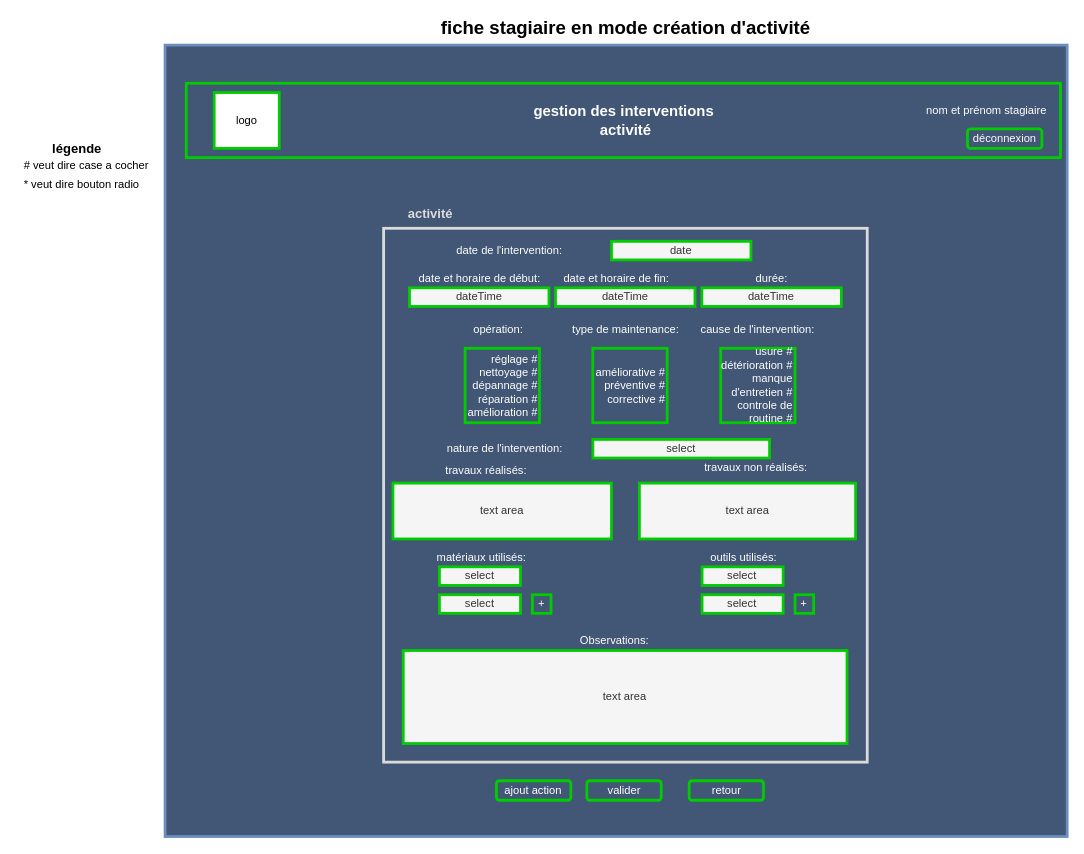
The draw.io diagram DOCS/maquettes/maquetteFicheActivité.drawio in tancraft/Stage, before the edit. Source tidied: cells renumbered, new cells numbered last; positions are measured from the earlier drawing's top-left corner, leaving out a move shared by most shapes. Both pictures are drawn from the tidied source at 93%, with x=0, y=0 at pixel (16, 18).
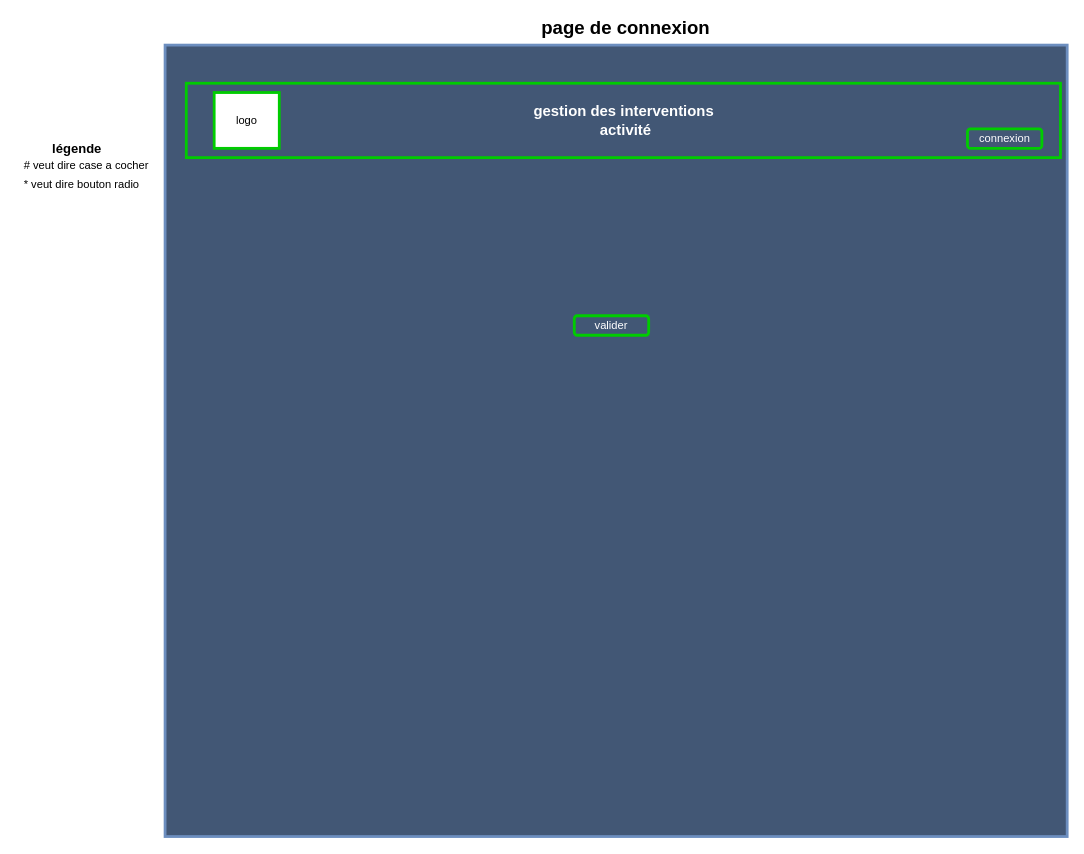
Above is the later version.

Diff of the diagram source:
```diff
@@
     <mxCell id="3" value="valider" style="rounded=1;whiteSpace=wrap;html=1;strokeWidth=3;fillColor=#425775;strokeColor=#00CC00;fontColor=#FFFFFF;" parent="1" vertex="1">
-      <mxGeometry x="613.5" y="820" width="80" height="21" as="geometry" />
+      <mxGeometry x="600" y="320" width="80" height="21" as="geometry" />
     </mxCell>
-    <mxCell id="4" style="rounded=0;whiteSpace=wrap;html=1;strokeWidth=3;fillColor=#425775;strokeColor=#DBDBDB;" parent="1" vertex="1">
-      <mxGeometry x="395" y="226" width="520" height="574" as="geometry" />
-    </mxCell>
-    <mxCell id="5" value="&lt;font color=&quot;#ffffff&quot;&gt;date de l'intervention:&lt;/font&gt;" style="text;html=1;align=center;verticalAlign=middle;" parent="1" vertex="1">
-      <mxGeometry x="465" y="240" width="130" height="20" as="geometry" />
-    </mxCell>
-    <mxCell id="6" value="&lt;font color=&quot;#ffffff&quot;&gt;travaux réalisés:&lt;/font&gt;" style="text;html=1;align=center;verticalAlign=middle;" parent="1" vertex="1">
-      <mxGeometry x="455" y="477" width="100" height="20" as="geometry" />
-    </mxCell>
-    <mxCell id="7" value="date" style="rounded=0;whiteSpace=wrap;html=1;strokeWidth=3;fillColor=#f5f5f5;fontColor=#333333;strokeColor=#00CC00;" parent="1" vertex="1">
-      <mxGeometry x="640" y="240" width="150" height="20" as="geometry" />
-    </mxCell>
-    <mxCell id="8" value="&lt;font color=&quot;#dbdbdb&quot;&gt;&lt;span style=&quot;font-size: 14px&quot;&gt;&lt;b&gt;activité&lt;/b&gt;&lt;/span&gt;&lt;/font&gt;" style="text;html=1;align=center;verticalAlign=middle;" parent="1" vertex="1">
-      <mxGeometry x="415" y="200" width="60" height="20" as="geometry" />
-    </mxCell>
-    <mxCell id="9" value="select" style="rounded=0;whiteSpace=wrap;html=1;strokeWidth=3;fillColor=#f5f5f5;fontColor=#333333;strokeColor=#00CC00;" parent="1" vertex="1">
-      <mxGeometry x="620" y="453" width="190" height="20" as="geometry" />
-    </mxCell>
-    <mxCell id="10" value="&lt;font color=&quot;#ffffff&quot;&gt;travaux non réalisés:&lt;/font&gt;" style="text;html=1;align=center;verticalAlign=middle;" parent="1" vertex="1">
-      <mxGeometry x="730" y="473" width="130" height="20" as="geometry" />
-    </mxCell>
-    <mxCell id="11" value="text area" style="rounded=0;whiteSpace=wrap;html=1;strokeWidth=3;fillColor=#f5f5f5;fontColor=#333333;strokeColor=#00CC00;" parent="1" vertex="1">
-      <mxGeometry x="405" y="500" width="235" height="60" as="geometry" />
-    </mxCell>
-    <mxCell id="12" value="text area" style="rounded=0;whiteSpace=wrap;html=1;strokeWidth=3;fillColor=#f5f5f5;fontColor=#333333;strokeColor=#00CC00;" parent="1" vertex="1">
-      <mxGeometry x="670" y="500" width="232.5" height="60" as="geometry" />
-    </mxCell>
-    <mxCell id="13" value="nature de l'intervention:" style="text;html=1;align=center;verticalAlign=middle;fontColor=#FFFFFF;" parent="1" vertex="1">
-      <mxGeometry x="455" y="453" width="140" height="20" as="geometry" />
-    </mxCell>
-    <mxCell id="14" value="&lt;font color=&quot;#ffffff&quot;&gt;date et horaire de début:&lt;/font&gt;" style="text;html=1;align=center;verticalAlign=middle;" parent="1" vertex="1">
-      <mxGeometry x="422.8" y="270" width="150" height="20" as="geometry" />
-    </mxCell>
-    <mxCell id="15" value="dateTime" style="rounded=0;whiteSpace=wrap;html=1;strokeWidth=3;fillColor=#f5f5f5;fontColor=#333333;strokeColor=#00CC00;" parent="1" vertex="1">
-      <mxGeometry x="422.8" y="290" width="150" height="20" as="geometry" />
-    </mxCell>
-    <mxCell id="16" value="&lt;font color=&quot;#ffffff&quot;&gt;date et horaire de fin:&lt;/font&gt;" style="text;html=1;align=center;verticalAlign=middle;" parent="1" vertex="1">
-      <mxGeometry x="579.8" y="270" width="130" height="20" as="geometry" />
-    </mxCell>
-    <mxCell id="17" value="dateTime" style="rounded=0;whiteSpace=wrap;html=1;strokeWidth=3;fillColor=#f5f5f5;fontColor=#333333;strokeColor=#00CC00;" parent="1" vertex="1">
-      <mxGeometry x="579.8" y="290" width="150" height="20" as="geometry" />
-    </mxCell>
-    <mxCell id="18" value="&lt;font color=&quot;#ffffff&quot;&gt;durée:&lt;/font&gt;" style="text;html=1;align=center;verticalAlign=middle;" parent="1" vertex="1">
-      <mxGeometry x="787.2" y="270" width="50" height="20" as="geometry" />
-    </mxCell>
-    <mxCell id="19" value="dateTime" style="rounded=0;whiteSpace=wrap;html=1;strokeWidth=3;fillColor=#f5f5f5;fontColor=#333333;strokeColor=#00CC00;" parent="1" vertex="1">
-      <mxGeometry x="737.2" y="290" width="150" height="20" as="geometry" />
-    </mxCell>
@@
-    <mxCell id="22" value="déconnexion" style="rounded=1;whiteSpace=wrap;html=1;strokeWidth=3;fillColor=#425775;strokeColor=#00CC00;fontColor=#FFFFFF;" parent="1" vertex="1">
+    <mxCell id="22" value="connexion" style="rounded=1;whiteSpace=wrap;html=1;strokeWidth=3;fillColor=#425775;strokeColor=#00CC00;fontColor=#FFFFFF;" parent="1" vertex="1">
       <mxGeometry x="1022.8" y="119" width="80" height="21" as="geometry" />
     </mxCell>
-    <mxCell id="23" value="nom et prénom stagiaire" style="text;html=1;align=center;verticalAlign=middle;fontColor=#FFFFFF;" parent="1" vertex="1">
-      <mxGeometry x="972.8" y="90" width="140" height="20" as="geometry" />
-    </mxCell>
-    <mxCell id="24" value="retour" style="rounded=1;whiteSpace=wrap;html=1;strokeWidth=3;fillColor=#425775;strokeColor=#00CC00;fontColor=#FFFFFF;" parent="1" vertex="1">
-      <mxGeometry x="723.5" y="820" width="80" height="21" as="geometry" />
-    </mxCell>
@@
-    <mxCell id="27" value="&lt;font color=&quot;#000000&quot; size=&quot;1&quot;&gt;&lt;b style=&quot;font-size: 20px&quot;&gt;fiche stagiaire en mode création d'activité&lt;/b&gt;&lt;/font&gt;" style="text;html=1;align=center;verticalAlign=middle;fontColor=#FFFFFF;" parent="1" vertex="1">
-      <mxGeometry x="450" width="410" height="20" as="geometry" />
+    <mxCell id="27" value="&lt;font color=&quot;#000000&quot;&gt;&lt;span style=&quot;font-size: 20px&quot;&gt;&lt;b&gt;page de connexion&lt;/b&gt;&lt;/span&gt;&lt;/font&gt;" style="text;html=1;align=center;verticalAlign=middle;fontColor=#FFFFFF;" parent="1" vertex="1">
+      <mxGeometry x="555" width="200" height="20" as="geometry" />
     </mxCell>
-    <mxCell id="28" value="réglage #&lt;br&gt;nettoyage #&lt;br&gt;dépannage #&lt;br&gt;réparation #&lt;br&gt;amélioration #" style="whiteSpace=wrap;html=1;strokeColor=#00CC00;strokeWidth=3;fontColor=#FFFFFF;fillColor=#425775;align=right;" parent="1" vertex="1">
-      <mxGeometry x="482.6" y="355" width="80" height="80" as="geometry" />
-    </mxCell>
-    <mxCell id="29" value="améliorative #&lt;br&gt;préventive #&lt;br&gt;corrective #" style="whiteSpace=wrap;html=1;strokeColor=#00CC00;strokeWidth=3;fontColor=#FFFFFF;fillColor=#425775;align=right;" parent="1" vertex="1">
-      <mxGeometry x="619.9" y="355" width="80" height="80" as="geometry" />
-    </mxCell>
-    <mxCell id="30" value="usure #&lt;br&gt;détérioration #&lt;br&gt;manque d'entretien #&lt;br&gt;controle de routine #" style="whiteSpace=wrap;html=1;strokeColor=#00CC00;strokeWidth=3;fontColor=#FFFFFF;fillColor=#425775;align=right;" parent="1" vertex="1">
-      <mxGeometry x="757.4" y="355" width="80" height="80" as="geometry" />
-    </mxCell>
-    <mxCell id="31" value="opération:" style="text;html=1;align=center;verticalAlign=middle;fontColor=#FFFFFF;" parent="1" vertex="1">
-      <mxGeometry x="482.6" y="325" width="70" height="20" as="geometry" />
-    </mxCell>
-    <mxCell id="32" value="type de maintenance:" style="text;html=1;align=center;verticalAlign=middle;fontColor=#FFFFFF;" parent="1" vertex="1">
-      <mxGeometry x="590.4" y="325" width="130" height="20" as="geometry" />
-    </mxCell>
-    <mxCell id="33" value="cause de l'intervention:" style="text;html=1;align=center;verticalAlign=middle;fontColor=#FFFFFF;" parent="1" vertex="1">
-      <mxGeometry x="727.4" y="325" width="140" height="20" as="geometry" />
-    </mxCell>
-    <mxCell id="34" value="matériaux utilisés:" style="text;html=1;align=center;verticalAlign=middle;fontColor=#FFFFFF;" parent="1" vertex="1">
-      <mxGeometry x="445" y="570" width="110" height="20" as="geometry" />
-    </mxCell>
-    <mxCell id="35" value="select" style="rounded=0;whiteSpace=wrap;html=1;strokeWidth=3;fillColor=#f5f5f5;fontColor=#333333;strokeColor=#00CC00;" parent="1" vertex="1">
-      <mxGeometry x="455" y="590" width="87.2" height="20" as="geometry" />
-    </mxCell>
-    <mxCell id="36" value="select" style="rounded=0;whiteSpace=wrap;html=1;strokeWidth=3;fillColor=#f5f5f5;fontColor=#333333;strokeColor=#00CC00;" parent="1" vertex="1">
-      <mxGeometry x="455" y="620" width="87.2" height="20" as="geometry" />
-    </mxCell>
-    <mxCell id="37" value="+" style="whiteSpace=wrap;html=1;strokeColor=#00CC00;strokeWidth=3;fillColor=#425775;fontColor=#FFFFFF;" parent="1" vertex="1">
-      <mxGeometry x="555" y="620" width="20" height="20" as="geometry" />
-    </mxCell>
-    <mxCell id="38" value="outils utilisés:" style="text;html=1;align=center;verticalAlign=middle;fontColor=#FFFFFF;" parent="1" vertex="1">
-      <mxGeometry x="737.4" y="570" width="90" height="20" as="geometry" />
-    </mxCell>
-    <mxCell id="39" value="select" style="rounded=0;whiteSpace=wrap;html=1;strokeWidth=3;fillColor=#f5f5f5;fontColor=#333333;strokeColor=#00CC00;" parent="1" vertex="1">
-      <mxGeometry x="737.4" y="590" width="87.2" height="20" as="geometry" />
-    </mxCell>
-    <mxCell id="40" value="select" style="rounded=0;whiteSpace=wrap;html=1;strokeWidth=3;fillColor=#f5f5f5;fontColor=#333333;strokeColor=#00CC00;" parent="1" vertex="1">
-      <mxGeometry x="737.4" y="620" width="87.2" height="20" as="geometry" />
-    </mxCell>
-    <mxCell id="41" value="+" style="whiteSpace=wrap;html=1;strokeColor=#00CC00;strokeWidth=3;fillColor=#425775;fontColor=#FFFFFF;" parent="1" vertex="1">
-      <mxGeometry x="837.4" y="620" width="20" height="20" as="geometry" />
-    </mxCell>
-    <mxCell id="42" value="Observations:" style="text;html=1;align=center;verticalAlign=middle;fontColor=#FFFFFF;" parent="1" vertex="1">
-      <mxGeometry x="598.4" y="660" width="90" height="20" as="geometry" />
-    </mxCell>
-    <mxCell id="43" value="text area" style="rounded=0;whiteSpace=wrap;html=1;strokeWidth=3;fillColor=#f5f5f5;fontColor=#333333;strokeColor=#00CC00;" parent="1" vertex="1">
-      <mxGeometry x="416.1" y="680" width="477.2" height="100" as="geometry" />
-    </mxCell>
@@
-    <mxCell id="47" value="ajout action" style="rounded=1;whiteSpace=wrap;html=1;strokeWidth=3;fillColor=#425775;strokeColor=#00CC00;fontColor=#FFFFFF;" parent="1" vertex="1">
-      <mxGeometry x="516.3" y="820" width="80" height="21" as="geometry" />
-    </mxCell>
```
